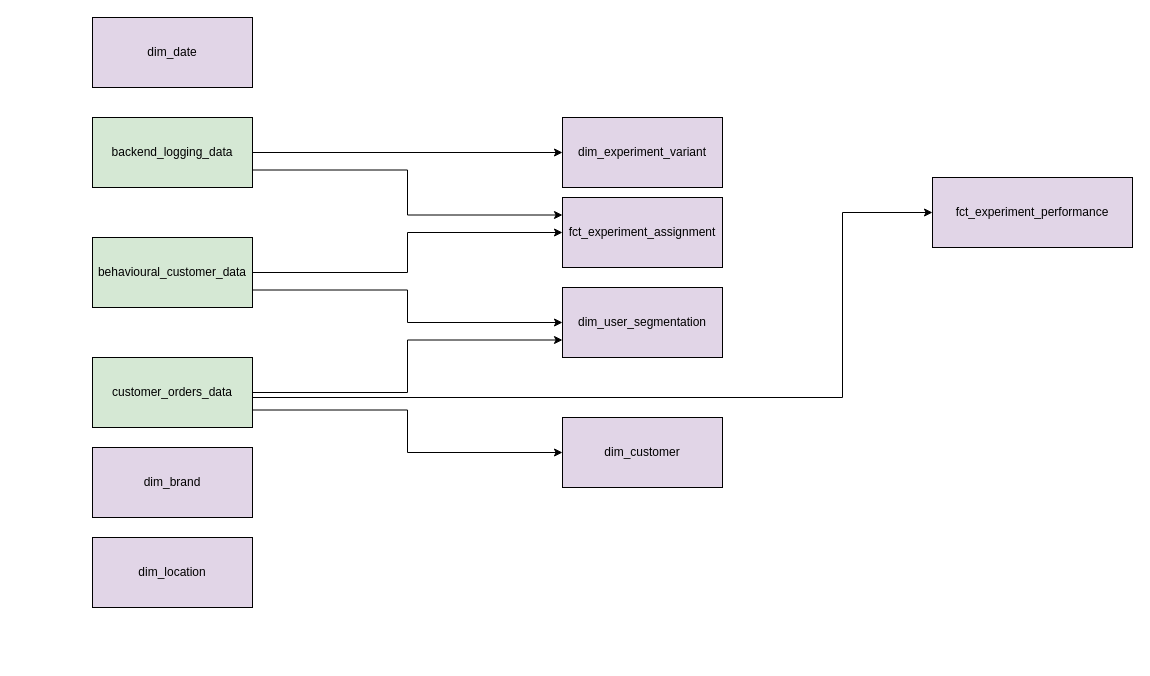
Before: page "DAG" (3 of 5) of delivery hero.drawio in domenicoboris89/Diagrams, a draw.io diagram. Source tidied: cells renumbered, new cells numbered last; positions are measured from the earlier drawing's top-left corner, leaving out a move shared by most shapes. Both pictures are drawn from the tidied source at 100%, with x=0, y=0 at pixel (92, 17).
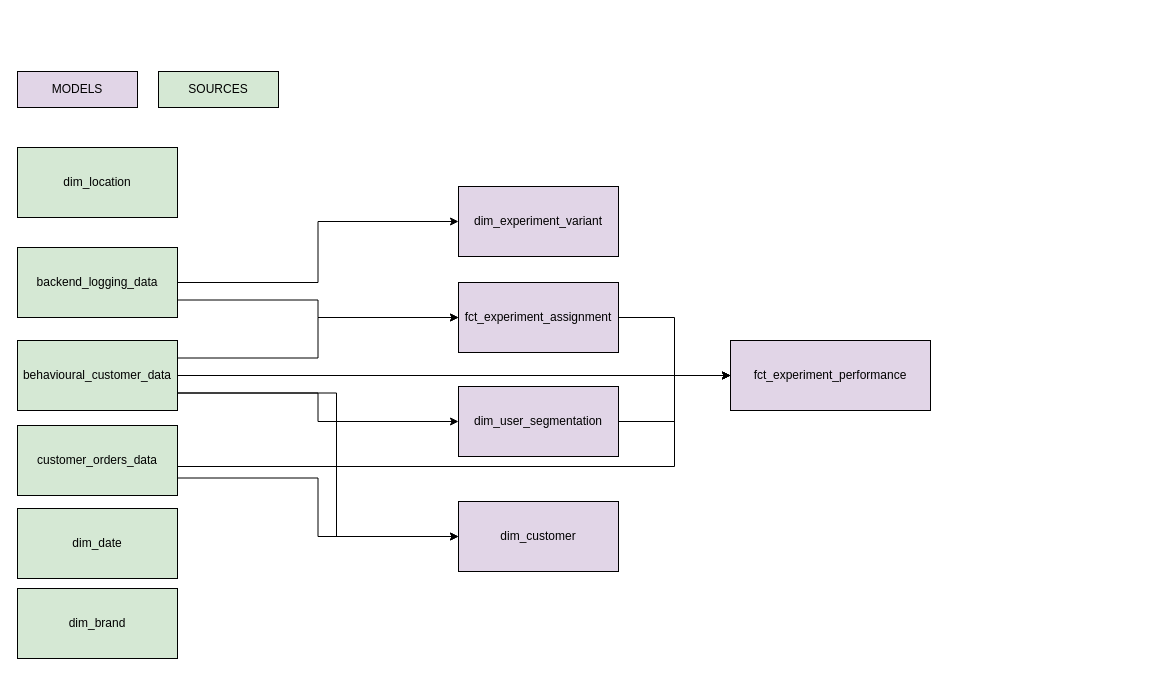
The same diagram, later.

Change to the diagram source:
```diff
@@
-    <mxCell id="3" style="edgeStyle=orthogonalEdgeStyle;rounded=0;jettySize=auto;html=1;exitX=1;exitY=0.75;exitDx=0;exitDy=0;entryX=0;entryY=0.25;entryDx=0;entryDy=0;" parent="1" edge="1" source="4" target="18">
+    <mxCell id="3" style="edgeStyle=orthogonalEdgeStyle;rounded=0;jettySize=auto;html=1;exitX=1;exitY=0.75;exitDx=0;exitDy=0;entryX=0;entryY=0.5;entryDx=0;entryDy=0;" parent="1" edge="1" source="4" target="18">
       <mxGeometry relative="1" as="geometry" />
     </mxCell>
     <mxCell id="4" value="backend_logging_data" style="html=1;whiteSpace=wrap;fillColor=#D5E8D4;" parent="1" vertex="1">
-      <mxGeometry y="100" width="160" height="70" as="geometry" />
+      <mxGeometry x="-75" y="230" width="160" height="70" as="geometry" />
     </mxCell>
+    <mxCell id="6" style="edgeStyle=orthogonalEdgeStyle;rounded=0;jettySize=auto;html=1;exitX=1;exitY=0.75;exitDx=0;exitDy=0;entryX=0;entryY=0.5;entryDx=0;entryDy=0;" parent="1" edge="1" source="7" target="16">
+      <mxGeometry relative="1" as="geometry" />
+    </mxCell>
+    <mxCell id="20" style="edgeStyle=orthogonalEdgeStyle;rounded=0;jettySize=auto;html=1;exitX=1;exitY=0.5;exitDx=0;exitDy=0;entryX=0;entryY=0.5;entryDx=0;entryDy=0;" parent="1" edge="1" source="7" target="17">
+      <mxGeometry relative="1" as="geometry" />
+    </mxCell>
-    <mxCell id="5" style="edgeStyle=orthogonalEdgeStyle;rounded=0;jettySize=auto;html=1;exitX=1;exitY=0.5;exitDx=0;exitDy=0;" parent="1" edge="1" source="7" target="18">
+    <mxCell id="5" style="edgeStyle=orthogonalEdgeStyle;rounded=0;jettySize=auto;html=1;exitX=1;exitY=0.25;exitDx=0;exitDy=0;" parent="1" edge="1" source="7" target="18">
       <mxGeometry relative="1" as="geometry" />
     </mxCell>
-    <mxCell id="6" style="edgeStyle=orthogonalEdgeStyle;rounded=0;jettySize=auto;html=1;exitX=1;exitY=0.75;exitDx=0;exitDy=0;entryX=0;entryY=0.5;entryDx=0;entryDy=0;" parent="1" edge="1" source="7" target="16">
-      <mxGeometry relative="1" as="geometry" />
-    </mxCell>
+    <mxCell id="21" style="edgeStyle=orthogonalEdgeStyle;rounded=0;jettySize=auto;html=1;exitX=1;exitY=0.75;exitDx=0;exitDy=0;entryX=0;entryY=0.5;entryDx=0;entryDy=0;" parent="1" edge="1" source="7" target="19">
+      <mxGeometry relative="1" as="geometry">
+        <Array as="points">
+          <mxPoint x="244" y="376" />
+          <mxPoint x="244" y="519" />
+        </Array>
+      </mxGeometry>
+    </mxCell>
     <mxCell id="7" value="behavioural_customer_data" style="html=1;whiteSpace=wrap;fillColor=#D5E8D4;" parent="1" vertex="1">
-      <mxGeometry y="220" width="160" height="70" as="geometry" />
+      <mxGeometry x="-75" y="323" width="160" height="70" as="geometry" />
     </mxCell>
-    <mxCell id="8" style="edgeStyle=orthogonalEdgeStyle;rounded=0;jettySize=auto;html=1;exitX=1;exitY=0.5;exitDx=0;exitDy=0;entryX=0;entryY=0.75;entryDx=0;entryDy=0;" parent="1" edge="1" source="11" target="16">
-      <mxGeometry relative="1" as="geometry" />
-    </mxCell>
-    <mxCell id="9" style="edgeStyle=orthogonalEdgeStyle;rounded=0;jettySize=auto;html=1;exitX=1;exitY=0.75;exitDx=0;exitDy=0;entryX=0;entryY=0.5;entryDx=0;entryDy=0;" parent="1" edge="1" source="11" target="17">
-      <mxGeometry relative="1" as="geometry">
-        <Array as="points">
-          <mxPoint x="160" y="380" />
-          <mxPoint x="750" y="380" />
-          <mxPoint x="750" y="195" />
-        </Array>
-      </mxGeometry>
-    </mxCell>
-    <mxCell id="10" style="edgeStyle=orthogonalEdgeStyle;rounded=0;jettySize=auto;html=1;exitX=1;exitY=0.75;exitDx=0;exitDy=0;entryX=0;entryY=0.5;entryDx=0;entryDy=0;" parent="1" edge="1" source="11" target="19">
-      <mxGeometry relative="1" as="geometry" />
+    <mxCell id="10" style="edgeStyle=orthogonalEdgeStyle;rounded=0;jettySize=auto;html=1;exitX=1;exitY=0.75;exitDx=0;exitDy=0;entryX=0;entryY=0.5;entryDx=0;entryDy=0;" parent="1" edge="1" source="11" target="17">
+      <mxGeometry relative="1" as="geometry">
+        <Array as="points">
+          <mxPoint x="85" y="449" />
+          <mxPoint x="582" y="449" />
+          <mxPoint x="582" y="358" />
+        </Array>
+      </mxGeometry>
     </mxCell>
+    <mxCell id="22" style="edgeStyle=orthogonalEdgeStyle;rounded=0;jettySize=auto;html=1;exitX=1;exitY=0.75;exitDx=0;exitDy=0;entryX=0;entryY=0.5;entryDx=0;entryDy=0;" parent="1" edge="1" source="11" target="19">
+      <mxGeometry relative="1" as="geometry" />
+    </mxCell>
     <mxCell id="11" value="customer_orders_data" style="html=1;whiteSpace=wrap;fillColor=#D5E8D4;" parent="1" vertex="1">
-      <mxGeometry y="340" width="160" height="70" as="geometry" />
+      <mxGeometry x="-75" y="408" width="160" height="70" as="geometry" />
     </mxCell>
-    <mxCell id="12" value="dim_date" style="html=1;whiteSpace=wrap;fillColor=#E1D5E7;" parent="1" vertex="1">
-      <mxGeometry width="160" height="70" as="geometry" />
+    <mxCell id="12" value="dim_date" style="html=1;whiteSpace=wrap;fillColor=#D5E8D4;" parent="1" vertex="1">
+      <mxGeometry x="-75" y="491" width="160" height="70" as="geometry" />
     </mxCell>
     <mxCell id="13" value="dim_experiment_variant" style="html=1;whiteSpace=wrap;fillColor=#E1D5E7;" parent="1" vertex="1">
-      <mxGeometry x="470" y="100" width="160" height="70" as="geometry" />
+      <mxGeometry x="366" y="169" width="160" height="70" as="geometry" />
     </mxCell>
-    <mxCell id="14" value="dim_location" style="html=1;whiteSpace=wrap;fillColor=#E1D5E7;" parent="1" vertex="1">
-      <mxGeometry y="520" width="160" height="70" as="geometry" />
+    <mxCell id="14" value="dim_location" style="html=1;whiteSpace=wrap;fillColor=#D5E8D4;" parent="1" vertex="1">
+      <mxGeometry x="-75" y="130" width="160" height="70" as="geometry" />
     </mxCell>
-    <mxCell id="15" value="dim_brand" style="html=1;whiteSpace=wrap;fillColor=#E1D5E7;" parent="1" vertex="1">
-      <mxGeometry y="430" width="160" height="70" as="geometry" />
+    <mxCell id="15" value="dim_brand" style="html=1;whiteSpace=wrap;fillColor=#D5E8D4;" parent="1" vertex="1">
+      <mxGeometry x="-75" y="571" width="160" height="70" as="geometry" />
     </mxCell>
+    <mxCell id="23" style="edgeStyle=orthogonalEdgeStyle;rounded=0;jettySize=auto;html=1;exitX=1;exitY=0.5;exitDx=0;exitDy=0;entryX=0;entryY=0.5;entryDx=0;entryDy=0;" parent="1" edge="1" source="16" target="17">
+      <mxGeometry relative="1" as="geometry" />
+    </mxCell>
     <mxCell id="16" value="dim_user_segmentation" style="html=1;whiteSpace=wrap;fillColor=#E1D5E7;" parent="1" vertex="1">
-      <mxGeometry x="470" y="270" width="160" height="70" as="geometry" />
+      <mxGeometry x="366" y="369" width="160" height="70" as="geometry" />
     </mxCell>
     <mxCell id="17" value="fct_experiment_performance" style="html=1;whiteSpace=wrap;fillColor=#E1D5E7;" parent="1" vertex="1">
-      <mxGeometry x="840" y="160" width="200" height="70" as="geometry" />
+      <mxGeometry x="638" y="323" width="200" height="70" as="geometry" />
     </mxCell>
+    <mxCell id="24" style="edgeStyle=orthogonalEdgeStyle;rounded=0;jettySize=auto;html=1;exitX=1;exitY=0.5;exitDx=0;exitDy=0;entryX=0;entryY=0.5;entryDx=0;entryDy=0;" parent="1" edge="1" source="18" target="17">
+      <mxGeometry relative="1" as="geometry" />
+    </mxCell>
     <mxCell id="18" value="fct_experiment_assignment" style="html=1;whiteSpace=wrap;fillColor=#E1D5E7;" parent="1" vertex="1">
-      <mxGeometry x="470" y="180" width="160" height="70" as="geometry" />
+      <mxGeometry x="366" y="265" width="160" height="70" as="geometry" />
     </mxCell>
     <mxCell id="19" value="dim_customer" style="html=1;whiteSpace=wrap;fillColor=#E1D5E7;" parent="1" vertex="1">
-      <mxGeometry x="470" y="400" width="160" height="70" as="geometry" />
+      <mxGeometry x="366" y="484" width="160" height="70" as="geometry" />
     </mxCell>
+    <mxCell id="25" value="MODELS" style="rounded=0;whiteSpace=wrap;html=1;fillColor=#E1D5E7;" parent="1" vertex="1">
+      <mxGeometry x="-75" y="54" width="120" height="36" as="geometry" />
+    </mxCell>
+    <mxCell id="26" value="SOURCES" style="rounded=0;whiteSpace=wrap;html=1;fillColor=#D5E8D4;" parent="1" vertex="1">
+      <mxGeometry x="66" y="54" width="120" height="36" as="geometry" />
+    </mxCell>
```
